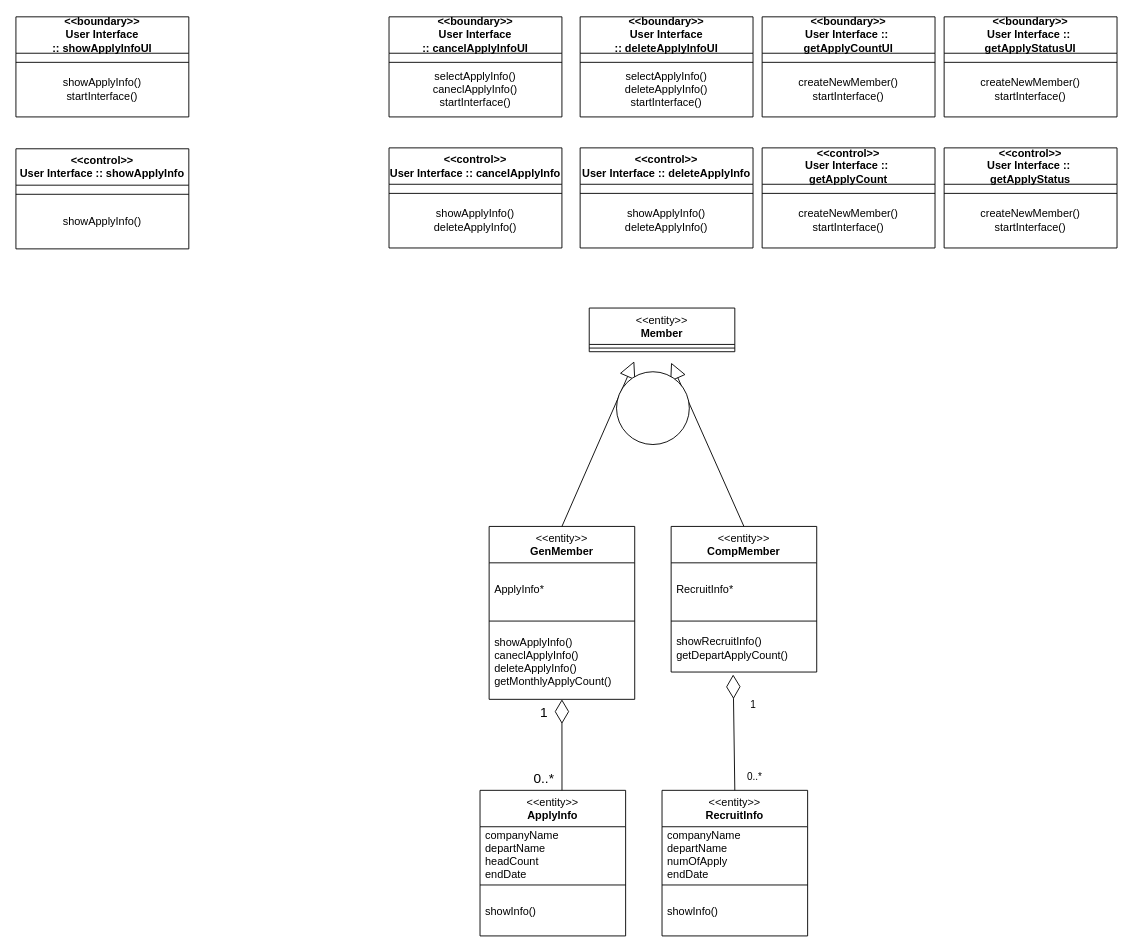
The draw.io diagram page "class_diagram" (1 of 10) of classDiagram.drawio in hjee02018/UML, before the edit. Source tidied: cells renumbered, new cells numbered last; positions are measured from the earlier drawing's top-left corner, leaving out a move shared by most shapes. Both pictures are drawn from the tidied source at 91%, with x=0, y=0 at pixel (15, 16).
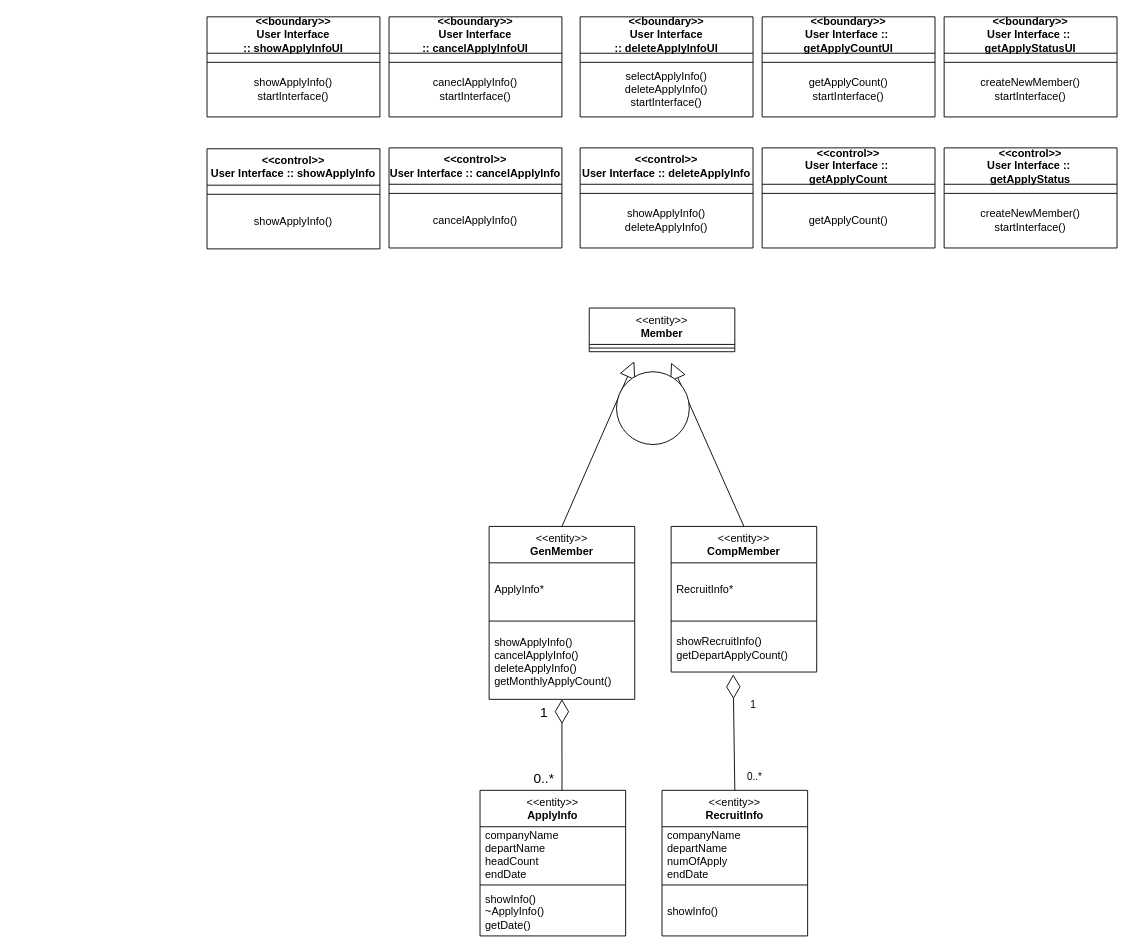
The same diagram, later.

The change refers to these unchanged cells:
```xml
<mxCell id="7" value="&amp;lt;&amp;lt;boundary&amp;gt;&amp;gt;&lt;br&gt;User Interface ::&amp;nbsp;&lt;b style=&quot;border-color: var(--border-color);&quot;&gt;cancelApplyInfo&lt;/b&gt;UI" style="swimlane;fontStyle=1;align=center;verticalAlign=middle;horizontal=1;startSize=40;html=1;whiteSpace=wrap;" parent="1" vertex="1">
  <mxGeometry x="410" width="190" height="110" as="geometry" />
</mxCell>
<mxCell id="17" value="&amp;lt;&amp;lt;boundary&amp;gt;&amp;gt;&lt;br&gt;User Interface ::&amp;nbsp;&lt;br&gt;&lt;b style=&quot;border-color: var(--border-color);&quot;&gt;getApplyCount&lt;/b&gt;UI" style="swimlane;fontStyle=1;align=center;verticalAlign=middle;horizontal=1;startSize=40;html=1;whiteSpace=wrap;" parent="1" vertex="1">
  <mxGeometry x="820" width="190" height="110" as="geometry" />
</mxCell>
<mxCell id="29" value="&amp;lt;&amp;lt;entity&amp;gt;&amp;gt;&lt;br&gt;&lt;b&gt;GenMember&lt;/b&gt;" style="swimlane;fontStyle=0;align=center;verticalAlign=top;horizontal=1;startSize=40;html=1;whiteSpace=wrap;" parent="1" vertex="1">
  <mxGeometry x="520" y="560" width="160" height="190" as="geometry" />
</mxCell>
<mxCell id="43" value="&amp;lt;&amp;lt;entity&amp;gt;&amp;gt;&lt;br&gt;&lt;b&gt;ApplyInfo&lt;/b&gt;" style="swimlane;fontStyle=0;align=center;verticalAlign=top;horizontal=1;startSize=40;html=1;whiteSpace=wrap;" parent="1" vertex="1">
  <mxGeometry x="510" y="850" width="160" height="160" as="geometry" />
</mxCell>
<mxCell id="47" value="&amp;lt;&amp;lt;control&amp;gt;&amp;gt;&lt;br&gt;User Interface ::&amp;nbsp;&lt;b style=&quot;border-color: var(--border-color);&quot;&gt;cancelApplyInfo&lt;/b&gt;" style="swimlane;fontStyle=1;align=center;verticalAlign=middle;horizontal=1;startSize=40;html=1;whiteSpace=wrap;" parent="1" vertex="1">
  <mxGeometry x="410" y="144" width="190" height="110" as="geometry" />
</mxCell>
<mxCell id="57" value="&amp;lt;&amp;lt;control&amp;gt;&amp;gt;&lt;br&gt;User Interface ::&amp;nbsp;&lt;br&gt;&lt;b style=&quot;border-color: var(--border-color);&quot;&gt;getApplyCount&lt;/b&gt;" style="swimlane;fontStyle=1;align=center;verticalAlign=middle;horizontal=1;startSize=40;html=1;whiteSpace=wrap;" parent="1" vertex="1">
  <mxGeometry x="820" y="144" width="190" height="110" as="geometry" />
</mxCell>
```

Diff of the diagram source:
```diff
@@
     <mxCell id="2" value="&amp;lt;&amp;lt;boundary&amp;gt;&amp;gt;&lt;br&gt;User Interface ::&amp;nbsp;&lt;b style=&quot;border-color: var(--border-color);&quot;&gt;showApplyInfo&lt;/b&gt;UI" style="swimlane;fontStyle=1;align=center;verticalAlign=middle;horizontal=1;startSize=40;html=1;whiteSpace=wrap;" parent="1" vertex="1">
-      <mxGeometry width="190" height="110" as="geometry" />
+      <mxGeometry x="210" width="190" height="110" as="geometry" />
     </mxCell>
@@
-    <mxCell id="11" value="selectApplyInfo()&lt;br&gt;caneclApplyInfo()&lt;br&gt;startInterface()" style="text;html=1;strokeColor=none;fillColor=none;align=center;verticalAlign=middle;whiteSpace=wrap;rounded=0;" parent="7" vertex="1">
+    <mxCell id="11" value="caneclApplyInfo()&lt;br&gt;startInterface()" style="text;html=1;strokeColor=none;fillColor=none;align=center;verticalAlign=middle;whiteSpace=wrap;rounded=0;" parent="7" vertex="1">
       <mxGeometry y="50" width="190" height="60" as="geometry" />
     </mxCell>
@@
-    <mxCell id="21" value="createNewMember()&lt;br&gt;startInterface()" style="text;html=1;strokeColor=none;fillColor=none;align=center;verticalAlign=middle;whiteSpace=wrap;rounded=0;" parent="17" vertex="1">
+    <mxCell id="21" value="getApplyCount()&lt;br&gt;startInterface()" style="text;html=1;strokeColor=none;fillColor=none;align=center;verticalAlign=middle;whiteSpace=wrap;rounded=0;" parent="17" vertex="1">
       <mxGeometry y="50" width="190" height="60" as="geometry" />
     </mxCell>
@@
-    <mxCell id="32" value="showApplyInfo()&lt;br&gt;caneclApplyInfo()&lt;br&gt;deleteApplyInfo()&lt;br&gt;getMonthlyApplyCount()" style="text;html=1;strokeColor=none;fillColor=none;align=left;verticalAlign=middle;spacingLeft=4;spacingRight=4;overflow=hidden;points=[[0,0.5],[1,0.5]];portConstraint=eastwest;whiteSpace=wrap;" parent="29" vertex="1">
+    <mxCell id="32" value="showApplyInfo()&lt;br&gt;cancelApplyInfo()&lt;br&gt;deleteApplyInfo()&lt;br&gt;getMonthlyApplyCount()" style="text;html=1;strokeColor=none;fillColor=none;align=left;verticalAlign=middle;spacingLeft=4;spacingRight=4;overflow=hidden;points=[[0,0.5],[1,0.5]];portConstraint=eastwest;whiteSpace=wrap;" parent="29" vertex="1">
       <mxGeometry y="108" width="160" height="82" as="geometry" />
     </mxCell>
@@
-    <mxCell id="46" value="showInfo()" style="text;html=1;strokeColor=none;fillColor=none;align=left;verticalAlign=middle;spacingLeft=4;spacingRight=4;overflow=hidden;whiteSpace=wrap;" parent="43" vertex="1">
+    <mxCell id="46" value="showInfo()&lt;br&gt;~ApplyInfo()&lt;br&gt;getDate()" style="text;html=1;strokeColor=none;fillColor=none;align=left;verticalAlign=middle;spacingLeft=4;spacingRight=4;overflow=hidden;whiteSpace=wrap;" parent="43" vertex="1">
       <mxGeometry y="108" width="160" height="52" as="geometry" />
     </mxCell>
@@
-    <mxCell id="51" value="showApplyInfo()&lt;br&gt;deleteApplyInfo()" style="text;html=1;strokeColor=none;fillColor=none;align=center;verticalAlign=middle;whiteSpace=wrap;rounded=0;" parent="47" vertex="1">
+    <mxCell id="51" value="cancelApplyInfo()" style="text;html=1;strokeColor=none;fillColor=none;align=center;verticalAlign=middle;whiteSpace=wrap;rounded=0;" parent="47" vertex="1">
       <mxGeometry y="50" width="190" height="60" as="geometry" />
     </mxCell>
@@
-    <mxCell id="61" value="createNewMember()&lt;br&gt;startInterface()" style="text;html=1;strokeColor=none;fillColor=none;align=center;verticalAlign=middle;whiteSpace=wrap;rounded=0;" parent="57" vertex="1">
+    <mxCell id="61" value="getApplyCount()" style="text;html=1;strokeColor=none;fillColor=none;align=center;verticalAlign=middle;whiteSpace=wrap;rounded=0;" parent="57" vertex="1">
       <mxGeometry y="50" width="190" height="60" as="geometry" />
     </mxCell>
@@
     <mxCell id="67" value="&amp;lt;&amp;lt;control&amp;gt;&amp;gt;&lt;br&gt;User Interface ::&amp;nbsp;&lt;b style=&quot;border-color: var(--border-color);&quot;&gt;showApplyInfo&lt;/b&gt;" style="swimlane;fontStyle=1;align=center;verticalAlign=middle;horizontal=1;startSize=40;html=1;whiteSpace=wrap;" parent="1" vertex="1">
-      <mxGeometry y="145" width="190" height="110" as="geometry" />
+      <mxGeometry x="210" y="145" width="190" height="110" as="geometry" />
     </mxCell>
```
